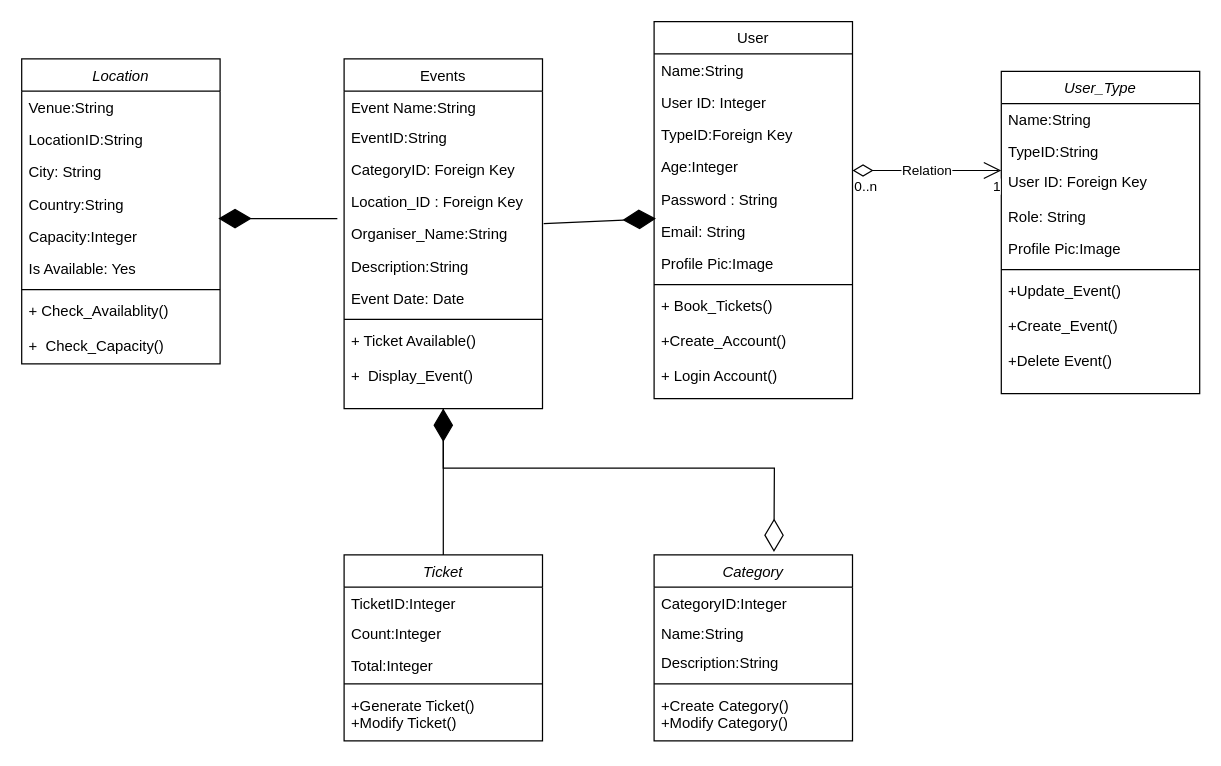
Stormtroopper/HTML-layout-learning keeps this draw.io diagram as Untitled Diagram.drawio. Above is the earlier version. Source tidied: cells renumbered, new cells numbered last; positions are measured from the earlier drawing's top-left corner, leaving out a move shared by most shapes. Both pictures are drawn from the tidied source at 124%, with x=0, y=0 at pixel (21, 21).
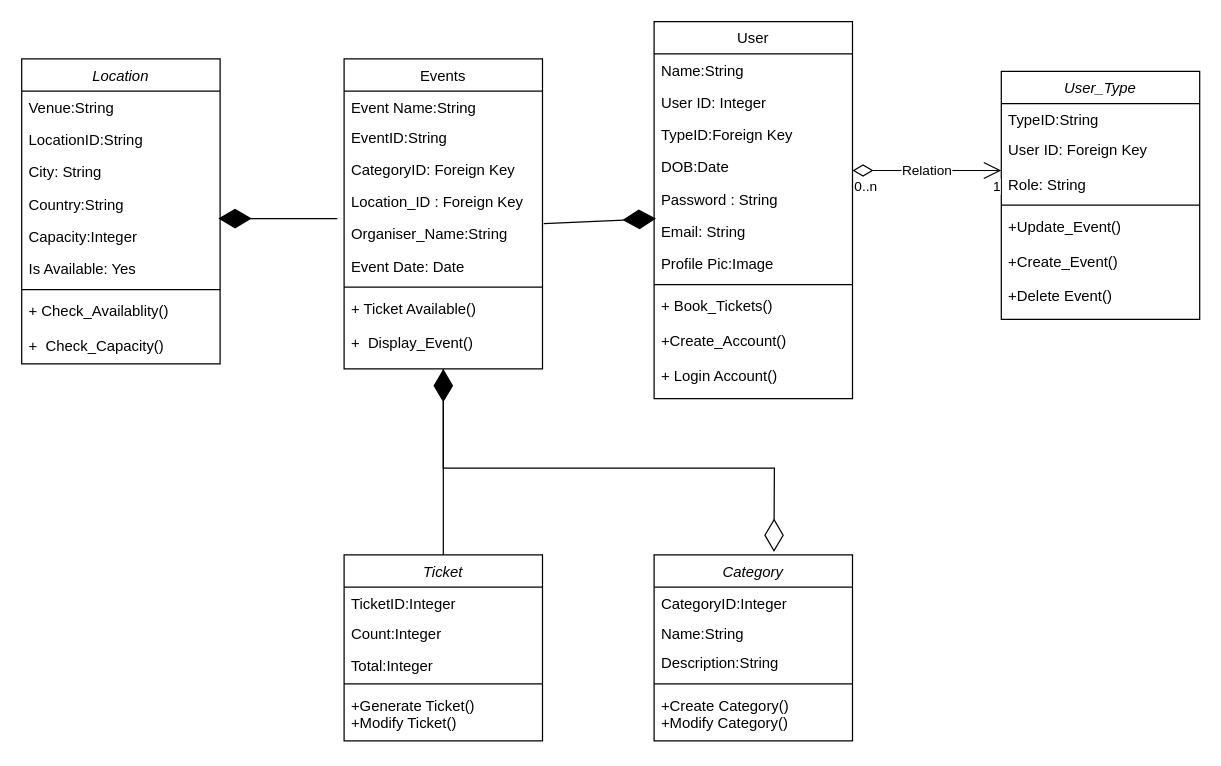
The same page after the edit.

The change refers to these unchanged cells:
```xml
<mxCell id="12" value="User" style="swimlane;fontStyle=0;align=center;verticalAlign=top;horizontal=1;startSize=26;rounded=0;shadow=0;strokeWidth=1;" parent="1" vertex="1">
  <mxGeometry x="510" width="160" height="304" as="geometry" />
</mxCell>
```

Change to the diagram source:
```diff
@@
     <mxCell id="2" value="Events" style="swimlane;fontStyle=0;align=center;verticalAlign=top;horizontal=1;startSize=26;rounded=0;shadow=0;strokeWidth=1;" parent="1" vertex="1">
-      <mxGeometry x="260" y="30" width="160" height="282" as="geometry" />
+      <mxGeometry x="260" y="30" width="160" height="250" as="geometry" />
     </mxCell>
@@
-    <mxCell id="8" value="Description:String" style="text;align=left;verticalAlign=top;spacingLeft=4;spacingRight=4;overflow=hidden;rounded=0;shadow=0;html=0;" parent="2" vertex="1">
-      <mxGeometry y="154" width="160" height="26" as="geometry" />
-    </mxCell>
     <mxCell id="9" value="Event Date: Date" style="text;align=left;verticalAlign=top;spacingLeft=4;spacingRight=4;overflow=hidden;rounded=0;shadow=0;html=0;" parent="2" vertex="1">
-      <mxGeometry y="180" width="160" height="26" as="geometry" />
+      <mxGeometry y="154" width="160" height="26" as="geometry" />
     </mxCell>
     <mxCell id="10" style="line;html=1;strokeWidth=1;align=left;verticalAlign=middle;spacingTop=-1;spacingLeft=3;spacingRight=3;labelPosition=right;" parent="2" vertex="1">
-      <mxGeometry y="206" width="160" height="8" as="geometry" />
+      <mxGeometry y="180" width="160" height="8" as="geometry" />
     </mxCell>
     <mxCell id="11" value="+ Ticket Available()&#10;&#10;+  Display_Event()" style="text;align=left;verticalAlign=top;spacingLeft=4;spacingRight=4;overflow=hidden;" parent="2" vertex="1">
-      <mxGeometry y="214" width="160" height="46" as="geometry" />
+      <mxGeometry y="188" width="160" height="46" as="geometry" />
     </mxCell>
@@
-    <mxCell id="16" value="Age:Integer" style="text;align=left;verticalAlign=top;spacingLeft=4;spacingRight=4;overflow=hidden;rounded=0;shadow=0;html=0;" parent="12" vertex="1">
+    <mxCell id="16" value="DOB:Date" style="text;align=left;verticalAlign=top;spacingLeft=4;spacingRight=4;overflow=hidden;rounded=0;shadow=0;html=0;" parent="12" vertex="1">
       <mxGeometry y="104" width="160" height="26" as="geometry" />
     </mxCell>
@@
     <mxCell id="47" value="User_Type" style="swimlane;fontStyle=2;align=center;verticalAlign=top;horizontal=1;startSize=26;rounded=0;shadow=0;strokeWidth=1;" parent="1" vertex="1">
-      <mxGeometry x="790" y="40" width="160" height="260" as="geometry" />
+      <mxGeometry x="790" y="40" width="160" height="200" as="geometry" />
     </mxCell>
-    <mxCell id="48" value="Name:String" style="text;align=left;verticalAlign=top;spacingLeft=4;spacingRight=4;overflow=hidden;rounded=0;shadow=0;html=0;" parent="47" vertex="1">
-      <mxGeometry y="26" width="160" height="26" as="geometry" />
-    </mxCell>
     <mxCell id="49" value="TypeID:String" style="text;align=left;verticalAlign=top;spacingLeft=4;spacingRight=4;overflow=hidden;" parent="47" vertex="1">
-      <mxGeometry y="52" width="160" height="24" as="geometry" />
+      <mxGeometry y="26" width="160" height="24" as="geometry" />
     </mxCell>
     <mxCell id="50" value="User ID: Foreign Key&#10;&#10;Role: String&#10;" style="text;align=left;verticalAlign=top;spacingLeft=4;spacingRight=4;overflow=hidden;rounded=0;shadow=0;html=0;" parent="47" vertex="1">
-      <mxGeometry y="76" width="160" height="54" as="geometry" />
+      <mxGeometry y="50" width="160" height="54" as="geometry" />
     </mxCell>
-    <mxCell id="51" value="Profile Pic:Image" style="text;align=left;verticalAlign=top;spacingLeft=4;spacingRight=4;overflow=hidden;rounded=0;shadow=0;html=0;" parent="47" vertex="1">
-      <mxGeometry y="130" width="160" height="26" as="geometry" />
-    </mxCell>
     <mxCell id="52" style="line;html=1;strokeWidth=1;align=left;verticalAlign=middle;spacingTop=-1;spacingLeft=3;spacingRight=3;labelPosition=right;" parent="47" vertex="1">
-      <mxGeometry y="156" width="160" height="8" as="geometry" />
+      <mxGeometry y="104" width="160" height="8" as="geometry" />
     </mxCell>
     <mxCell id="53" value="+Update_Event()&#10;&#10;+Create_Event()&#10;&#10;+Delete Event()" style="text;align=left;verticalAlign=top;spacingLeft=4;spacingRight=4;overflow=hidden;" parent="47" vertex="1">
-      <mxGeometry y="164" width="160" height="86" as="geometry" />
+      <mxGeometry y="112" width="160" height="86" as="geometry" />
     </mxCell>
```
